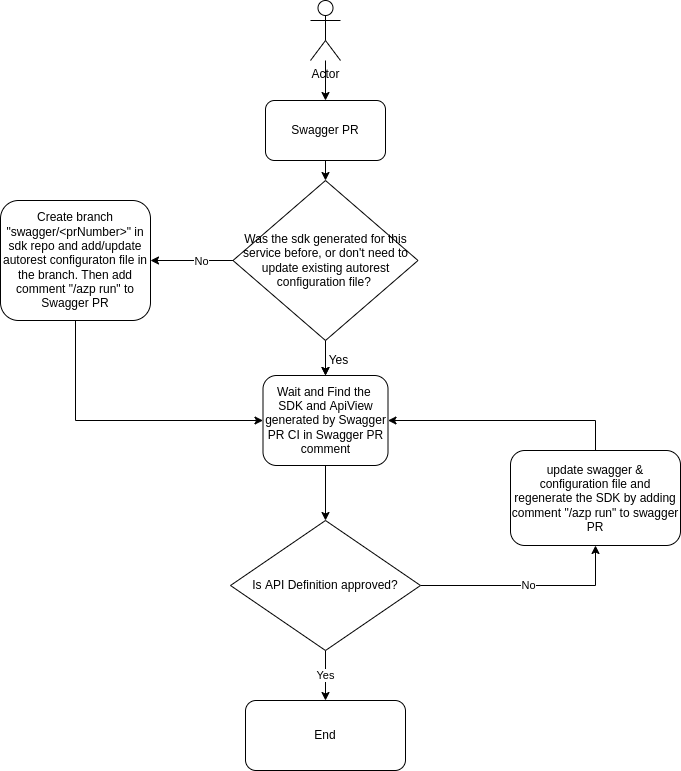
Before: documentation/onboard-dpg-in-sdkautomation/workflow-service-team.png, a diagram exported from draw.io (Azure/azure-rest-api-specs). Source tidied: cells renumbered, new cells last; positions are measured from the earlier drawing's top-left corner, leaving out a move shared by most shapes.
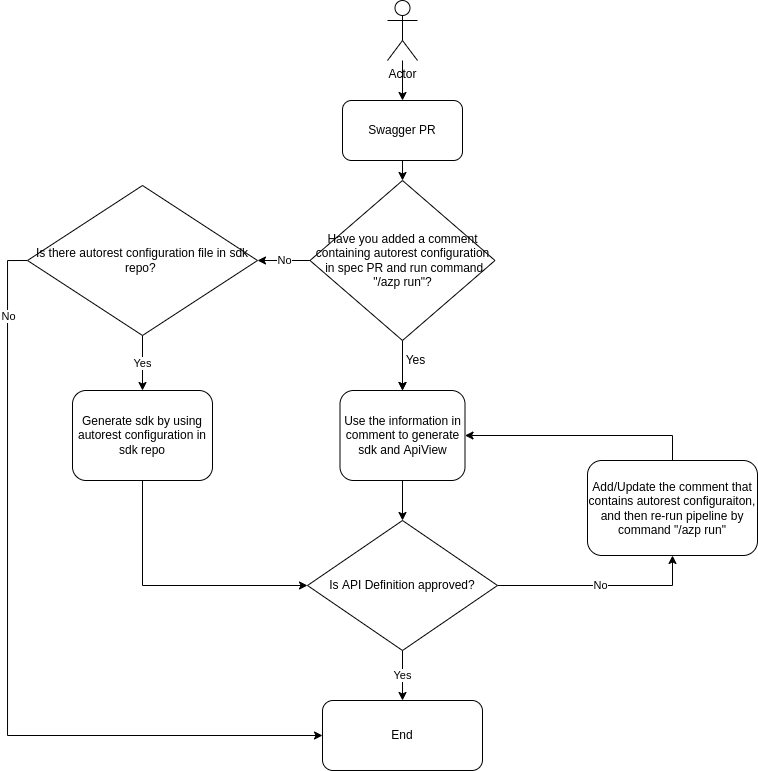
After the change.

Commit message:
save autorest configuration in PR comment

Diff of the diagram source:
```diff
@@ -32,8 +32,8 @@
     <mxCell id="11" style="edgeStyle=orthogonalEdgeStyle;rounded=0;jettySize=auto;html=1;exitX=0.5;exitY=0;exitDx=0;exitDy=0;entryX=1;entryY=0.5;entryDx=0;entryDy=0;" parent="1" edge="1" source="12" target="18">
       <mxGeometry relative="1" as="geometry" />
     </mxCell>
-    <mxCell id="12" value="update swagger &amp;amp; configuration file and regenerate the SDK by adding comment &quot;/azp run&quot; to swagger PR" style="rounded=1;whiteSpace=wrap;html=1;" parent="1" vertex="1">
-      <mxGeometry x="510" y="450" width="170" height="95" as="geometry" />
+    <mxCell id="12" value="Add/Update the comment that contains autorest configuraiton, and then re-run pipeline by command &quot;/azp run&quot;" style="rounded=1;whiteSpace=wrap;html=1;" parent="1" vertex="1">
+      <mxGeometry x="510" y="460" width="170" height="95" as="geometry" />
     </mxCell>
     <mxCell id="13" style="edgeStyle=orthogonalEdgeStyle;rounded=0;jettySize=auto;html=1;exitX=0.5;exitY=1;exitDx=0;exitDy=0;entryX=0.5;entryY=0;entryDx=0;entryDy=0;" parent="1" edge="1" source="17" target="18">
       <mxGeometry relative="1" as="geometry" />
@@ -41,7 +41,7 @@
     <mxCell id="14" style="edgeStyle=orthogonalEdgeStyle;rounded=0;jettySize=auto;html=1;" parent="1" edge="1" source="17" target="18">
       <mxGeometry relative="1" as="geometry" />
     </mxCell>
-    <mxCell id="15" style="edgeStyle=orthogonalEdgeStyle;rounded=0;jettySize=auto;html=1;exitX=0;exitY=0.5;exitDx=0;exitDy=0;" parent="1" edge="1" source="17" target="21">
+    <mxCell id="15" style="edgeStyle=orthogonalEdgeStyle;rounded=0;jettySize=auto;html=1;exitX=0;exitY=0.5;exitDx=0;exitDy=0;entryX=1;entryY=0.5;entryDx=0;entryDy=0;" parent="1" edge="1" source="17" target="25">
       <mxGeometry relative="1" as="geometry" />
     </mxCell>
     <mxCell id="16" value="No" style="edgeLabel;html=1;align=center;verticalAlign=middle;" parent="15" vertex="1">
@@ -49,20 +49,32 @@
         <mxPoint x="-17" y="-1" as="offset" />
       </mxGeometry>
     </mxCell>
-    <mxCell id="17" value="Was the sdk generated for this service before,&amp;nbsp;or don't need to update existing autorest configuration file?&amp;nbsp;" style="rhombus;whiteSpace=wrap;html=1;" parent="1" vertex="1">
+    <mxCell id="17" value="Have you added a comment containing autorest configuration&lt;br&gt;&amp;nbsp;in spec PR and run command &quot;/azp run&quot;?" style="rhombus;whiteSpace=wrap;html=1;" parent="1" vertex="1">
       <mxGeometry x="232.5" y="180" width="185" height="160" as="geometry" />
     </mxCell>
-    <mxCell id="18" value="Wait and Find the&amp;nbsp; SDK and ApiView generated by Swagger PR CI in Swagger PR comment" style="rounded=1;whiteSpace=wrap;html=1;" parent="1" vertex="1">
-      <mxGeometry x="262.5" y="375" width="125" height="90" as="geometry" />
+    <mxCell id="18" value="Use the information in comment to generate sdk and ApiView" style="rounded=1;whiteSpace=wrap;html=1;" parent="1" vertex="1">
+      <mxGeometry x="262.5" y="390" width="125" height="90" as="geometry" />
     </mxCell>
     <mxCell id="19" value="Yes" style="text;html=1;align=center;verticalAlign=middle;strokeColor=none;fillColor=none;" parent="1" vertex="1">
       <mxGeometry x="318" y="350" width="40" height="20" as="geometry" />
     </mxCell>
-    <mxCell id="20" style="edgeStyle=orthogonalEdgeStyle;rounded=0;jettySize=auto;html=1;exitX=0.5;exitY=1;exitDx=0;exitDy=0;entryX=0;entryY=0.5;entryDx=0;entryDy=0;" parent="1" edge="1" source="21" target="18">
-      <mxGeometry relative="1" as="geometry" />
-    </mxCell>
-    <mxCell id="21" value="Create branch &quot;swagger/&amp;lt;prNumber&amp;gt;&quot; in sdk repo and add/update autorest configuraton file in the branch. Then add comment &quot;/azp run&quot; to Swagger PR" style="rounded=1;whiteSpace=wrap;html=1;" parent="1" vertex="1">
-      <mxGeometry y="200" width="150" height="120" as="geometry" />
-    </mxCell>
+    <mxCell id="22" style="edgeStyle=orthogonalEdgeStyle;rounded=0;jettySize=auto;html=1;exitX=0;exitY=0.5;exitDx=0;exitDy=0;entryX=0;entryY=0.5;entryDx=0;entryDy=0;" parent="1" edge="1" source="25" target="6">
+      <mxGeometry relative="1" as="geometry" />
+    </mxCell>
+    <mxCell id="23" value="No" style="edgeLabel;html=1;align=center;verticalAlign=middle;" parent="22" vertex="1">
+      <mxGeometry x="-0.81" y="1" relative="1" as="geometry" />
+    </mxCell>
+    <mxCell id="24" value="Yes" style="edgeStyle=orthogonalEdgeStyle;rounded=0;jettySize=auto;html=1;exitX=0.5;exitY=1;exitDx=0;exitDy=0;entryX=0.5;entryY=0;entryDx=0;entryDy=0;" parent="1" edge="1" source="25" target="27">
+      <mxGeometry relative="1" as="geometry" />
+    </mxCell>
+    <mxCell id="25" value="Is there autorest configuration file in sdk repo?&amp;nbsp;" style="rhombus;whiteSpace=wrap;html=1;" parent="1" vertex="1">
+      <mxGeometry x="-50" y="185" width="230" height="150" as="geometry" />
+    </mxCell>
+    <mxCell id="26" style="edgeStyle=orthogonalEdgeStyle;rounded=0;jettySize=auto;html=1;exitX=0.5;exitY=1;exitDx=0;exitDy=0;entryX=0;entryY=0.5;entryDx=0;entryDy=0;" parent="1" edge="1" source="27" target="10">
+      <mxGeometry relative="1" as="geometry" />
+    </mxCell>
+    <mxCell id="27" value="Generate sdk by using autorest configuration in sdk repo" style="rounded=1;whiteSpace=wrap;html=1;" parent="1" vertex="1">
+      <mxGeometry x="-5" y="390" width="140" height="90" as="geometry" />
+    </mxCell>
   </root>
 </mxGraphModel>
```
